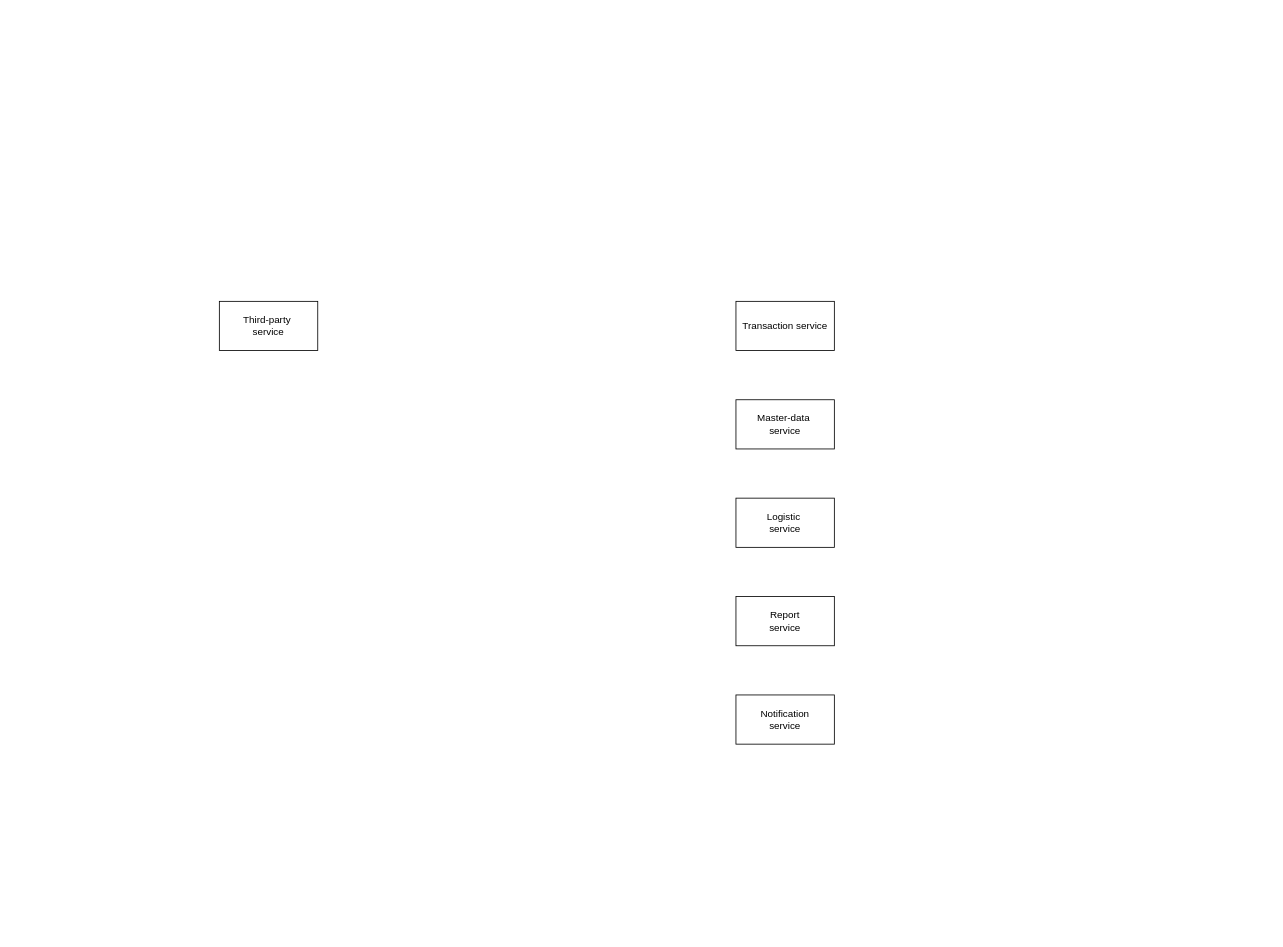
Above: LVG-multiple-tenant.drawio in loitruongit/system-design-for-company (draw.io), before the change. Source tidied: cells renumbered, new cells numbered last; positions are measured from the earlier drawing's top-left corner, leaving out a move shared by most shapes. Both pictures are drawn from the tidied source at 82%, with x=0, y=0 at pixel (219, 301).
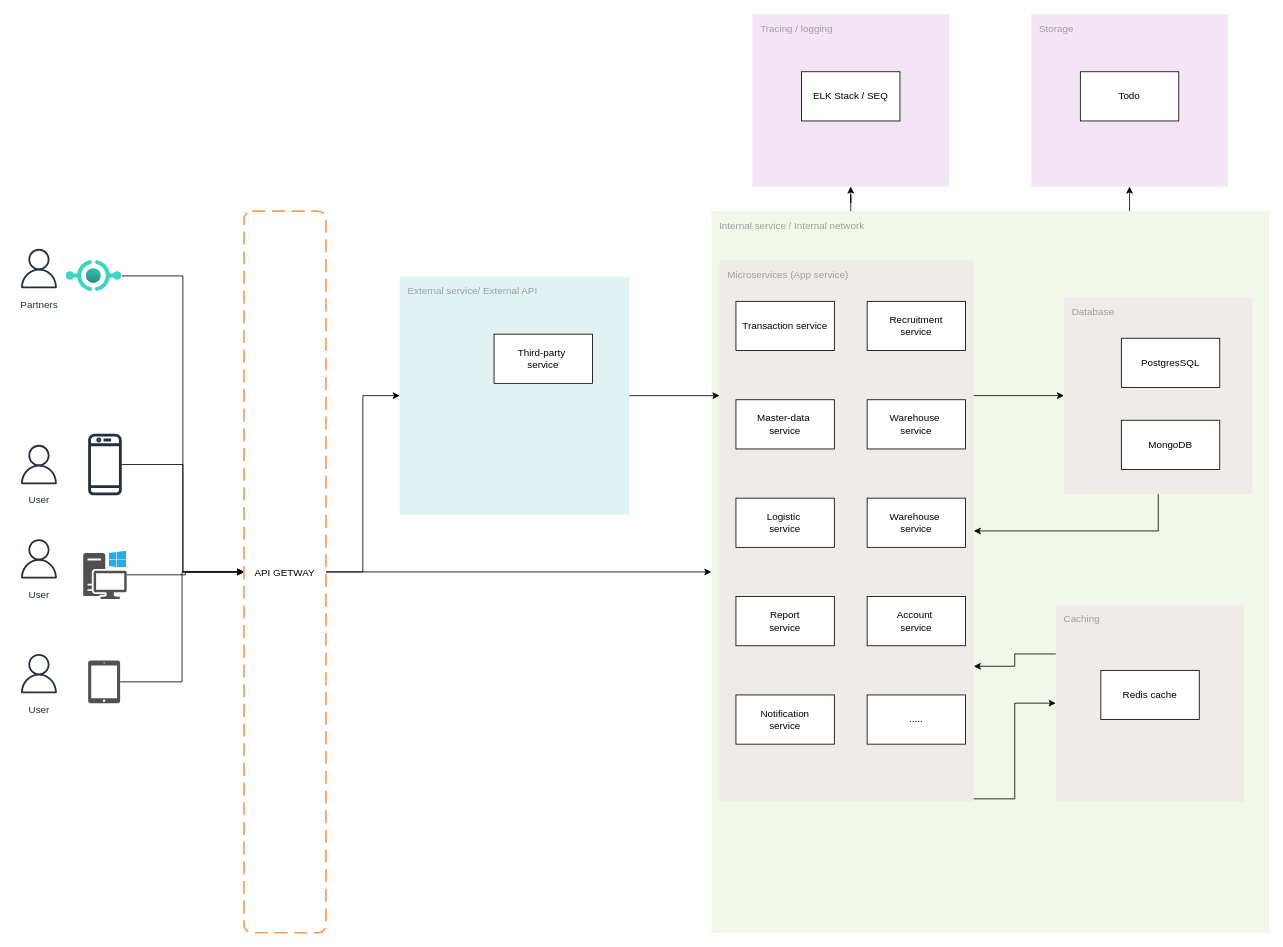
The same diagram, later.

What changed in the source:
```diff
@@
+    <mxCell id="8" value="External service/ External API" style="sketch=0;points=[[0,0,0],[0.25,0,0],[0.5,0,0],[0.75,0,0],[1,0,0],[1,0.25,0],[1,0.5,0],[1,0.75,0],[1,1,0],[0.75,1,0],[0.5,1,0],[0.25,1,0],[0,1,0],[0,0.75,0],[0,0.5,0],[0,0.25,0]];rounded=1;absoluteArcSize=1;arcSize=2;html=1;strokeColor=none;gradientColor=none;shadow=0;dashed=0;fontSize=12;fontColor=#9E9E9E;align=left;verticalAlign=top;spacing=10;spacingTop=-4;whiteSpace=wrap;fillColor=#E0F2F1;" parent="1" vertex="1">
+      <mxGeometry x="220" y="-30" width="280" height="290" as="geometry" />
+    </mxCell>
+    <mxCell id="3" value="Third-party&amp;nbsp;&lt;div&gt;&lt;span style=&quot;background-color: initial;&quot;&gt;service&lt;/span&gt;&lt;/div&gt;" style="rounded=0;whiteSpace=wrap;html=1;" parent="1" vertex="1">
+      <mxGeometry x="335" y="40" width="120" height="60" as="geometry" />
+    </mxCell>
+    <mxCell id="9" value="Internal service / Internal network" style="sketch=0;points=[[0,0,0],[0.25,0,0],[0.5,0,0],[0.75,0,0],[1,0,0],[1,0.25,0],[1,0.5,0],[1,0.75,0],[1,1,0],[0.75,1,0],[0.5,1,0],[0.25,1,0],[0,1,0],[0,0.75,0],[0,0.5,0],[0,0.25,0]];rounded=1;absoluteArcSize=1;arcSize=2;html=1;strokeColor=none;gradientColor=none;shadow=0;dashed=0;fontSize=12;fontColor=#9E9E9E;align=left;verticalAlign=top;spacing=10;spacingTop=-4;whiteSpace=wrap;fillColor=#F1F8E9;" parent="1" vertex="1">
+      <mxGeometry x="600" y="-110" width="680" height="880" as="geometry" />
+    </mxCell>
+    <mxCell id="10" style="edgeStyle=orthogonalEdgeStyle;rounded=0;jettySize=auto;html=1;exitX=0.977;exitY=0.995;exitDx=0;exitDy=0;exitPerimeter=0;" parent="1" edge="1" source="11" target="28">
+      <mxGeometry relative="1" as="geometry" />
+    </mxCell>
+    <mxCell id="11" value="Microservices (App service)" style="sketch=0;points=[[0,0,0],[0.25,0,0],[0.5,0,0],[0.75,0,0],[1,0,0],[1,0.25,0],[1,0.5,0],[1,0.75,0],[1,1,0],[0.75,1,0],[0.5,1,0],[0.25,1,0],[0,1,0],[0,0.75,0],[0,0.5,0],[0,0.25,0]];rounded=1;absoluteArcSize=1;arcSize=2;html=1;strokeColor=none;gradientColor=none;shadow=0;dashed=0;fontSize=12;fontColor=#9E9E9E;align=left;verticalAlign=top;spacing=10;spacingTop=-4;whiteSpace=wrap;fillColor=#EFEBE9;" parent="1" vertex="1">
+      <mxGeometry x="610" y="-50" width="310" height="660" as="geometry" />
+    </mxCell>
+    <mxCell id="12" value="Database" style="sketch=0;points=[[0,0,0],[0.25,0,0],[0.5,0,0],[0.75,0,0],[1,0,0],[1,0.25,0],[1,0.5,0],[1,0.75,0],[1,1,0],[0.75,1,0],[0.5,1,0],[0.25,1,0],[0,1,0],[0,0.75,0],[0,0.5,0],[0,0.25,0]];rounded=1;absoluteArcSize=1;arcSize=2;html=1;strokeColor=none;gradientColor=none;shadow=0;dashed=0;fontSize=12;fontColor=#9E9E9E;align=left;verticalAlign=top;spacing=10;spacingTop=-4;whiteSpace=wrap;fillColor=#EFEBE9;" parent="1" vertex="1">
+      <mxGeometry x="1030" y="-5" width="230" height="240" as="geometry" />
+    </mxCell>
@@
-    <mxCell id="3" value="Third-party&amp;nbsp;&lt;div&gt;&lt;span style=&quot;background-color: initial;&quot;&gt;service&lt;/span&gt;&lt;/div&gt;" style="rounded=0;whiteSpace=wrap;html=1;" parent="1" vertex="1">
-      <mxGeometry width="120" height="60" as="geometry" />
-    </mxCell>
-    <mxCell id="4" value="Master-data&amp;nbsp;&lt;div&gt;&lt;span style=&quot;background-color: initial;&quot;&gt;service&lt;/span&gt;&lt;/div&gt;" style="rounded=0;whiteSpace=wrap;html=1;" parent="1" vertex="1">
-      <mxGeometry x="630" y="120" width="120" height="60" as="geometry" />
-    </mxCell>
@@
+    <mxCell id="13" value="Recruitment&lt;div&gt;&lt;span style=&quot;background-color: initial;&quot;&gt;service&lt;/span&gt;&lt;/div&gt;" style="rounded=0;whiteSpace=wrap;html=1;" parent="1" vertex="1">
+      <mxGeometry x="790" width="120" height="60" as="geometry" />
+    </mxCell>
+    <mxCell id="14" value="Warehouse&amp;nbsp;&lt;div&gt;&lt;span style=&quot;background-color: initial;&quot;&gt;service&lt;/span&gt;&lt;/div&gt;" style="rounded=0;whiteSpace=wrap;html=1;" parent="1" vertex="1">
+      <mxGeometry x="790" y="120" width="120" height="60" as="geometry" />
+    </mxCell>
+    <mxCell id="15" value="Warehouse&amp;nbsp;&lt;div&gt;&lt;span style=&quot;background-color: initial;&quot;&gt;service&lt;/span&gt;&lt;/div&gt;" style="rounded=0;whiteSpace=wrap;html=1;" parent="1" vertex="1">
+      <mxGeometry x="790" y="240" width="120" height="60" as="geometry" />
+    </mxCell>
+    <mxCell id="4" value="Master-data&amp;nbsp;&lt;div&gt;&lt;span style=&quot;background-color: initial;&quot;&gt;service&lt;/span&gt;&lt;/div&gt;" style="rounded=0;whiteSpace=wrap;html=1;" parent="1" vertex="1">
+      <mxGeometry x="630" y="120" width="120" height="60" as="geometry" />
+    </mxCell>
+    <mxCell id="16" value="PostgresSQL" style="rounded=0;whiteSpace=wrap;html=1;" parent="1" vertex="1">
+      <mxGeometry x="1100" y="45" width="120" height="60" as="geometry" />
+    </mxCell>
+    <mxCell id="17" value="MongoDB" style="rounded=0;whiteSpace=wrap;html=1;" parent="1" vertex="1">
+      <mxGeometry x="1100" y="145" width="120" height="60" as="geometry" />
+    </mxCell>
+    <mxCell id="18" value="Tracing / logging" style="sketch=0;points=[[0,0,0],[0.25,0,0],[0.5,0,0],[0.75,0,0],[1,0,0],[1,0.25,0],[1,0.5,0],[1,0.75,0],[1,1,0],[0.75,1,0],[0.5,1,0],[0.25,1,0],[0,1,0],[0,0.75,0],[0,0.5,0],[0,0.25,0]];rounded=1;absoluteArcSize=1;arcSize=2;html=1;strokeColor=none;gradientColor=none;shadow=0;dashed=0;fontSize=12;fontColor=#9E9E9E;align=left;verticalAlign=top;spacing=10;spacingTop=-4;whiteSpace=wrap;fillColor=#F3E5F5;" parent="1" vertex="1">
+      <mxGeometry x="650" y="-350" width="240" height="210" as="geometry" />
+    </mxCell>
+    <mxCell id="19" value="ELK Stack / SEQ" style="rounded=0;whiteSpace=wrap;html=1;" parent="1" vertex="1">
+      <mxGeometry x="710" y="-280" width="120" height="60" as="geometry" />
+    </mxCell>
+    <mxCell id="20" style="edgeStyle=orthogonalEdgeStyle;rounded=0;jettySize=auto;html=1;exitX=0.25;exitY=0;exitDx=0;exitDy=0;exitPerimeter=0;" parent="1" edge="1" source="9" target="18">
+      <mxGeometry relative="1" as="geometry" />
+    </mxCell>
+    <mxCell id="21" style="edgeStyle=orthogonalEdgeStyle;rounded=0;jettySize=auto;html=1;exitX=1;exitY=0.5;exitDx=0;exitDy=0;exitPerimeter=0;entryX=0;entryY=0.25;entryDx=0;entryDy=0;entryPerimeter=0;" parent="1" edge="1" source="8" target="11">
+      <mxGeometry relative="1" as="geometry" />
+    </mxCell>
+    <mxCell id="22" style="edgeStyle=orthogonalEdgeStyle;rounded=0;jettySize=auto;html=1;exitX=1;exitY=0.25;exitDx=0;exitDy=0;exitPerimeter=0;entryX=0;entryY=0.5;entryDx=0;entryDy=0;entryPerimeter=0;" parent="1" edge="1" source="11" target="12">
+      <mxGeometry relative="1" as="geometry" />
+    </mxCell>
+    <mxCell id="23" style="edgeStyle=orthogonalEdgeStyle;rounded=0;jettySize=auto;html=1;exitX=0.5;exitY=1;exitDx=0;exitDy=0;exitPerimeter=0;entryX=1;entryY=0.5;entryDx=0;entryDy=0;entryPerimeter=0;" parent="1" edge="1" source="12" target="11">
+      <mxGeometry relative="1" as="geometry" />
+    </mxCell>
+    <mxCell id="24" value="Account&amp;nbsp;&lt;div&gt;&lt;span style=&quot;background-color: initial;&quot;&gt;service&lt;/span&gt;&lt;/div&gt;" style="rounded=0;whiteSpace=wrap;html=1;" parent="1" vertex="1">
+      <mxGeometry x="790" y="360" width="120" height="60" as="geometry" />
+    </mxCell>
+    <mxCell id="25" value="....." style="rounded=0;whiteSpace=wrap;html=1;" parent="1" vertex="1">
+      <mxGeometry x="790" y="480" width="120" height="60" as="geometry" />
+    </mxCell>
+    <mxCell id="26" style="edgeStyle=orthogonalEdgeStyle;rounded=0;jettySize=auto;html=1;exitX=1;exitY=0.5;exitDx=0;exitDy=0;" parent="1" edge="1" source="27" target="8">
+      <mxGeometry relative="1" as="geometry" />
+    </mxCell>
+    <mxCell id="27" value="API GETWAY" style="rounded=1;arcSize=10;dashed=1;strokeColor=#F59D56;fillColor=none;gradientColor=none;dashPattern=8 4;strokeWidth=2;" parent="1" vertex="1">
+      <mxGeometry x="30" y="-110" width="100" height="880" as="geometry" />
+    </mxCell>
+    <mxCell id="28" value="Caching" style="sketch=0;points=[[0,0,0],[0.25,0,0],[0.5,0,0],[0.75,0,0],[1,0,0],[1,0.25,0],[1,0.5,0],[1,0.75,0],[1,1,0],[0.75,1,0],[0.5,1,0],[0.25,1,0],[0,1,0],[0,0.75,0],[0,0.5,0],[0,0.25,0]];rounded=1;absoluteArcSize=1;arcSize=2;html=1;strokeColor=none;gradientColor=none;shadow=0;dashed=0;fontSize=12;fontColor=#9E9E9E;align=left;verticalAlign=top;spacing=10;spacingTop=-4;whiteSpace=wrap;fillColor=#EFEBE9;" parent="1" vertex="1">
+      <mxGeometry x="1020" y="370" width="230" height="240" as="geometry" />
+    </mxCell>
+    <mxCell id="29" value="Redis cache" style="rounded=0;whiteSpace=wrap;html=1;" parent="1" vertex="1">
+      <mxGeometry x="1075" y="450" width="120" height="60" as="geometry" />
+    </mxCell>
+    <mxCell id="30" value="User" style="sketch=0;fontColor=#232F3E;gradientColor=none;strokeColor=#232F3E;fillColor=#ffffff;dashed=0;verticalLabelPosition=bottom;verticalAlign=top;align=center;html=1;fontSize=12;fontStyle=0;shape=mxgraph.aws4.resourceIcon;resIcon=mxgraph.aws4.user;" parent="1" vertex="1">
+      <mxGeometry x="-250" y="169" width="60" height="60" as="geometry" />
+    </mxCell>
+    <mxCell id="31" value="User" style="sketch=0;fontColor=#232F3E;gradientColor=none;strokeColor=#232F3E;fillColor=#ffffff;dashed=0;verticalLabelPosition=bottom;verticalAlign=top;align=center;html=1;fontSize=12;fontStyle=0;shape=mxgraph.aws4.resourceIcon;resIcon=mxgraph.aws4.user;" parent="1" vertex="1">
+      <mxGeometry x="-250" y="284" width="60" height="60" as="geometry" />
+    </mxCell>
+    <mxCell id="32" value="User" style="sketch=0;fontColor=#232F3E;gradientColor=none;strokeColor=#232F3E;fillColor=#ffffff;dashed=0;verticalLabelPosition=bottom;verticalAlign=top;align=center;html=1;fontSize=12;fontStyle=0;shape=mxgraph.aws4.resourceIcon;resIcon=mxgraph.aws4.user;" parent="1" vertex="1">
+      <mxGeometry x="-250" y="424" width="60" height="60" as="geometry" />
+    </mxCell>
+    <mxCell id="33" style="edgeStyle=orthogonalEdgeStyle;rounded=0;jettySize=auto;html=1;entryX=0;entryY=0.5;entryDx=0;entryDy=0;" parent="1" edge="1" source="34" target="27">
+      <mxGeometry relative="1" as="geometry" />
+    </mxCell>
+    <mxCell id="34" style="sketch=0;outlineConnect=0;fontColor=#232F3E;gradientColor=none;fillColor=#232F3D;strokeColor=none;dashed=0;verticalLabelPosition=bottom;verticalAlign=top;align=center;html=1;fontSize=12;fontStyle=0;shape=mxgraph.aws4.mobile_client;" parent="1" vertex="1">
+      <mxGeometry x="-160" y="160" width="41" height="78" as="geometry" />
+    </mxCell>
+    <mxCell id="35" style="edgeStyle=orthogonalEdgeStyle;rounded=0;jettySize=auto;html=1;entryX=0;entryY=0.5;entryDx=0;entryDy=0;" parent="1" edge="1" source="36" target="27">
+      <mxGeometry relative="1" as="geometry" />
+    </mxCell>
+    <mxCell id="36" style="sketch=0;shadow=0;dashed=0;html=1;strokeColor=none;fillColor=#505050;labelPosition=center;verticalLabelPosition=bottom;verticalAlign=top;outlineConnect=0;align=center;shape=mxgraph.office.devices.workstation_pc;" parent="1" vertex="1">
+      <mxGeometry x="-166" y="304" width="53" height="59" as="geometry" />
+    </mxCell>
+    <mxCell id="37" style="edgeStyle=orthogonalEdgeStyle;rounded=0;jettySize=auto;html=1;entryX=0;entryY=0.5;entryDx=0;entryDy=0;" parent="1" edge="1" source="38" target="27">
+      <mxGeometry relative="1" as="geometry" />
+    </mxCell>
+    <mxCell id="38" style="sketch=0;shadow=0;dashed=0;html=1;strokeColor=none;fillColor=#505050;labelPosition=center;verticalLabelPosition=bottom;verticalAlign=top;outlineConnect=0;align=center;shape=mxgraph.office.devices.tablet_ipad;" parent="1" vertex="1">
+      <mxGeometry x="-160" y="438" width="39" height="52" as="geometry" />
+    </mxCell>
+    <mxCell id="39" style="edgeStyle=orthogonalEdgeStyle;rounded=0;jettySize=auto;html=1;exitX=1;exitY=0.5;exitDx=0;exitDy=0;entryX=0;entryY=0.5;entryDx=0;entryDy=0;entryPerimeter=0;" parent="1" edge="1" source="27" target="9">
+      <mxGeometry relative="1" as="geometry" />
+    </mxCell>
+    <mxCell id="40" value="Partners" style="sketch=0;fontColor=#232F3E;gradientColor=none;strokeColor=#232F3E;fillColor=#ffffff;dashed=0;verticalLabelPosition=bottom;verticalAlign=top;align=center;html=1;fontSize=12;fontStyle=0;shape=mxgraph.aws4.resourceIcon;resIcon=mxgraph.aws4.user;" parent="1" vertex="1">
+      <mxGeometry x="-250" y="-70" width="60" height="60" as="geometry" />
+    </mxCell>
+    <mxCell id="41" style="edgeStyle=orthogonalEdgeStyle;rounded=0;jettySize=auto;html=1;entryX=0;entryY=0.5;entryDx=0;entryDy=0;" parent="1" edge="1" source="42" target="27">
+      <mxGeometry relative="1" as="geometry" />
+    </mxCell>
+    <mxCell id="42" style="image;html=1;points=[];align=center;fontSize=12;image=img/lib/azure2/other/API_Proxy.svg;" parent="1" vertex="1">
+      <mxGeometry x="-187" y="-50" width="68" height="38" as="geometry" />
+    </mxCell>
+    <mxCell id="43" style="edgeStyle=orthogonalEdgeStyle;rounded=0;jettySize=auto;html=1;exitX=0;exitY=0.25;exitDx=0;exitDy=0;exitPerimeter=0;entryX=1;entryY=0.75;entryDx=0;entryDy=0;entryPerimeter=0;" parent="1" edge="1" source="28" target="11">
+      <mxGeometry relative="1" as="geometry" />
+    </mxCell>
+    <mxCell id="44" value="Storage" style="sketch=0;points=[[0,0,0],[0.25,0,0],[0.5,0,0],[0.75,0,0],[1,0,0],[1,0.25,0],[1,0.5,0],[1,0.75,0],[1,1,0],[0.75,1,0],[0.5,1,0],[0.25,1,0],[0,1,0],[0,0.75,0],[0,0.5,0],[0,0.25,0]];rounded=1;absoluteArcSize=1;arcSize=2;html=1;strokeColor=none;gradientColor=none;shadow=0;dashed=0;fontSize=12;fontColor=#9E9E9E;align=left;verticalAlign=top;spacing=10;spacingTop=-4;whiteSpace=wrap;fillColor=#F3E5F5;" parent="1" vertex="1">
+      <mxGeometry x="990" y="-350" width="240" height="210" as="geometry" />
+    </mxCell>
+    <mxCell id="45" value="Todo" style="rounded=0;whiteSpace=wrap;html=1;" parent="1" vertex="1">
+      <mxGeometry x="1050" y="-280" width="120" height="60" as="geometry" />
+    </mxCell>
+    <mxCell id="46" style="edgeStyle=orthogonalEdgeStyle;rounded=0;jettySize=auto;html=1;exitX=0.75;exitY=0;exitDx=0;exitDy=0;exitPerimeter=0;entryX=0.5;entryY=1;entryDx=0;entryDy=0;entryPerimeter=0;" parent="1" edge="1" source="9" target="44">
+      <mxGeometry relative="1" as="geometry" />
+    </mxCell>
```
